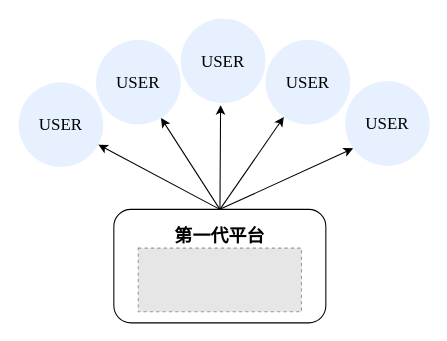
Earlier version of the draw.io diagram 論文ver1/圖片/frontier平台階段一.drawio (carina419/NTUST). Source tidied: cells renumbered, new cells numbered last; positions are measured from the earlier drawing's top-left corner, leaving out a move shared by most shapes. Both pictures are drawn from the tidied source at 106%, with x=0, y=0 at pixel (18, 18). Pictures stored in the file or linked from it are replaced by grey dashed boxes.
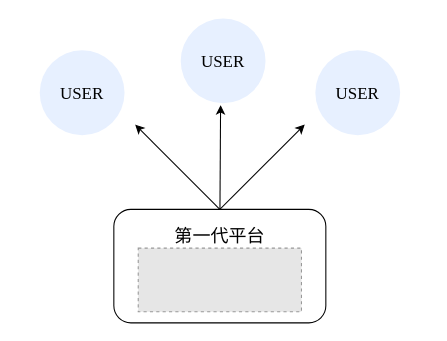
The same diagram, later.

Diff of the diagram source:
```diff
@@
 <mxGraphModel>
   <root>
     <mxCell id="0" />
     <mxCell id="1" parent="0" />
     <mxCell id="2" value="&lt;font style=&quot;font-size: 16px;&quot;&gt;USER&lt;/font&gt;" style="ellipse;whiteSpace=wrap;html=1;fontFamily=Garamond;fillColor=#E7F0FF;strokeColor=none;" parent="1" vertex="1">
-      <mxGeometry y="60" width="80" height="80" as="geometry" />
+      <mxGeometry x="20" y="30" width="80" height="80" as="geometry" />
     </mxCell>
     <mxCell id="3" style="group;" parent="1" vertex="1">
       <mxGeometry x="94" y="180" width="200" height="107.1" as="geometry" />
     </mxCell>
-    <mxCell id="4" value="&lt;font style=&quot;font-size: 17px;&quot; face=&quot;標楷體&quot;&gt;&lt;b style=&quot;&quot;&gt;第一代平台&lt;/b&gt;&lt;/font&gt;&lt;div&gt;&lt;font face=&quot;標楷體&quot;&gt;&lt;b&gt;&lt;br&gt;&lt;/b&gt;&lt;/font&gt;&lt;/div&gt;&lt;div&gt;&lt;font face=&quot;標楷體&quot;&gt;&lt;b&gt;&lt;br&gt;&lt;/b&gt;&lt;/font&gt;&lt;/div&gt;&lt;div&gt;&lt;font face=&quot;標楷體&quot;&gt;&lt;b&gt;&lt;br&gt;&lt;/b&gt;&lt;/font&gt;&lt;/div&gt;&lt;div&gt;&lt;font face=&quot;標楷體&quot;&gt;&lt;b&gt;&lt;br&gt;&lt;/b&gt;&lt;/font&gt;&lt;/div&gt;" style="rounded=1;whiteSpace=wrap;html=1;" parent="3" vertex="1">
+    <mxCell id="4" value="&lt;font style=&quot;font-size: 17px;&quot; face=&quot;標楷體&quot;&gt;第一代平台&lt;/font&gt;&lt;div&gt;&lt;font face=&quot;標楷體&quot;&gt;&lt;b&gt;&lt;br&gt;&lt;/b&gt;&lt;/font&gt;&lt;/div&gt;&lt;div&gt;&lt;font face=&quot;標楷體&quot;&gt;&lt;b&gt;&lt;br&gt;&lt;/b&gt;&lt;/font&gt;&lt;/div&gt;&lt;div&gt;&lt;font face=&quot;標楷體&quot;&gt;&lt;b&gt;&lt;br&gt;&lt;/b&gt;&lt;/font&gt;&lt;/div&gt;&lt;div&gt;&lt;font face=&quot;標楷體&quot;&gt;&lt;b&gt;&lt;br&gt;&lt;/b&gt;&lt;/font&gt;&lt;/div&gt;" style="rounded=1;whiteSpace=wrap;html=1;" parent="3" vertex="1">
       <mxGeometry x="-4.1" width="200" height="107.1" as="geometry" />
     </mxCell>
     <mxCell id="5" style="fillColor=#E6E6E6;strokeColor=#999999;dashed=1;verticalLabelPosition=bottom;labelBackgroundColor=default;verticalAlign=top;" parent="3" vertex="1">
       <mxGeometry x="18.9" y="36.6" width="154" height="60" as="geometry" />
     </mxCell>
-    <mxCell id="6" style="endArrow=classic;html=1;rounded=0;exitX=0.5;exitY=0;exitDx=0;exitDy=0;" parent="1" edge="1" source="4" target="2">
-      <mxGeometry relative="1" as="geometry" />
+    <mxCell id="6" style="endArrow=classic;html=1;rounded=0;exitX=0.5;exitY=0;exitDx=0;exitDy=0;" parent="1" edge="1" source="4">
+      <mxGeometry relative="1" as="geometry">
+        <mxPoint x="110" y="100" as="targetPoint" />
+      </mxGeometry>
     </mxCell>
-    <mxCell id="7" value="&lt;font style=&quot;font-size: 16px;&quot;&gt;USER&lt;/font&gt;" style="ellipse;whiteSpace=wrap;html=1;fontFamily=Garamond;fillColor=#E7F0FF;strokeColor=none;" parent="1" vertex="1">
-      <mxGeometry x="73" y="20" width="80" height="80" as="geometry" />
-    </mxCell>
-    <mxCell id="8" value="&lt;font style=&quot;font-size: 16px;&quot;&gt;USER&lt;/font&gt;" style="ellipse;whiteSpace=wrap;html=1;fontFamily=Garamond;fillColor=#E7F0FF;strokeColor=none;" parent="1" vertex="1">
-      <mxGeometry x="233" y="20" width="80" height="80" as="geometry" />
-    </mxCell>
     <mxCell id="9" value="&lt;font style=&quot;font-size: 16px;&quot;&gt;USER&lt;/font&gt;" style="ellipse;whiteSpace=wrap;html=1;fontFamily=Garamond;fillColor=#E7F0FF;strokeColor=none;" parent="1" vertex="1">
-      <mxGeometry x="308" y="59" width="80" height="80" as="geometry" />
+      <mxGeometry x="280" y="30" width="80" height="80" as="geometry" />
     </mxCell>
-    <mxCell id="10" style="endArrow=classic;html=1;rounded=0;exitX=0.5;exitY=0;exitDx=0;exitDy=0;" parent="1" edge="1" source="4" target="7">
-      <mxGeometry relative="1" as="geometry" />
-    </mxCell>
-    <mxCell id="11" style="endArrow=classic;html=1;rounded=0;" parent="1" edge="1" target="8">
-      <mxGeometry relative="1" as="geometry">
-        <mxPoint x="190" y="180" as="sourcePoint" />
-      </mxGeometry>
-    </mxCell>
-    <mxCell id="12" style="endArrow=classic;html=1;rounded=0;entryX=0.095;entryY=0.793;entryDx=0;entryDy=0;exitX=0.5;exitY=0;exitDx=0;exitDy=0;entryPerimeter=0;" parent="1" edge="1" source="4" target="9">
-      <mxGeometry relative="1" as="geometry" />
+    <mxCell id="12" style="endArrow=classic;html=1;rounded=0;exitX=0.5;exitY=0;exitDx=0;exitDy=0;" parent="1" edge="1" source="4">
+      <mxGeometry relative="1" as="geometry">
+        <mxPoint x="270" y="100" as="targetPoint" />
+      </mxGeometry>
     </mxCell>
     <mxCell id="13" value="&lt;font style=&quot;font-size: 16px;&quot;&gt;USER&lt;/font&gt;" style="ellipse;whiteSpace=wrap;html=1;fontFamily=Garamond;fillColor=#E7F0FF;strokeColor=none;" parent="1" vertex="1">
       <mxGeometry x="153" width="80" height="80" as="geometry" />
     </mxCell>
     <mxCell id="14" style="endArrow=classic;html=1;rounded=0;entryX=0.47;entryY=1.021;entryDx=0;entryDy=0;entryPerimeter=0;" parent="1" edge="1" target="13">
       <mxGeometry relative="1" as="geometry">
         <mxPoint x="190" y="180" as="sourcePoint" />
       </mxGeometry>
     </mxCell>
   </root>
 </mxGraphModel>
```
